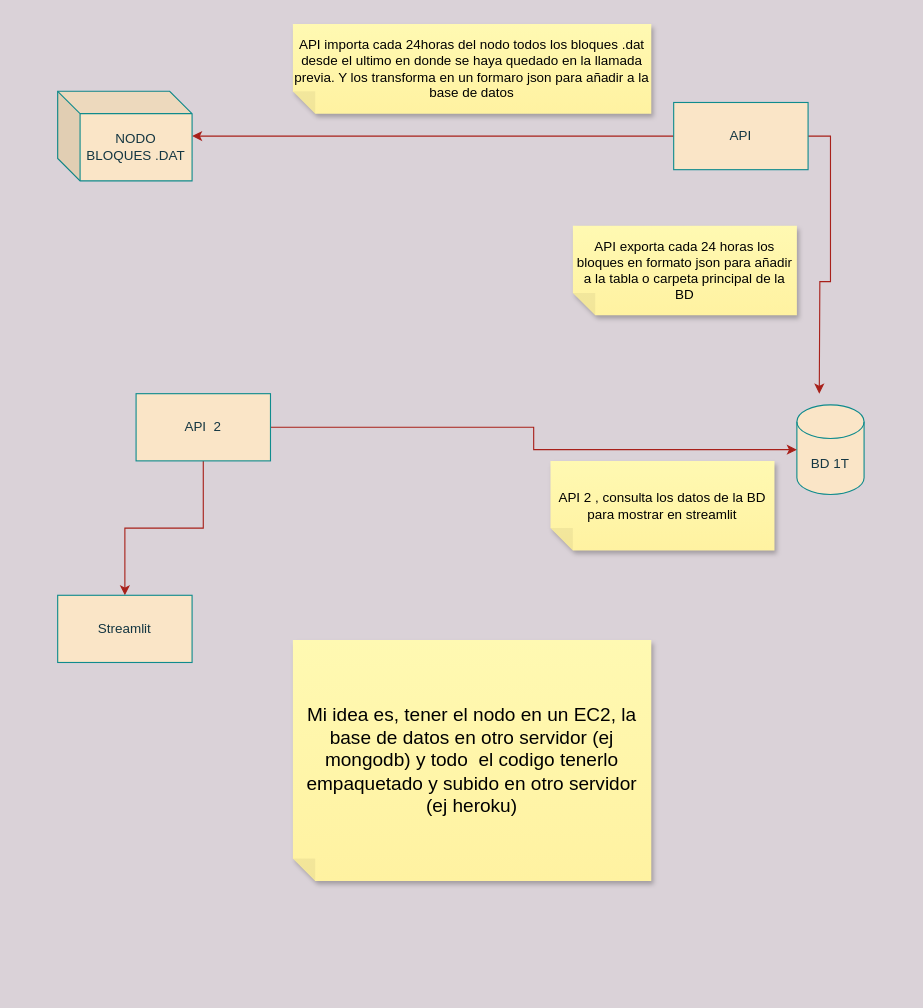
The draw.io diagram Diagrama sin título.drawio in Block-Mole/diagrams, before the edit. Source tidied: cells renumbered, new cells numbered last; positions are measured from the earlier drawing's top-left corner, leaving out a move shared by most shapes. Both pictures are drawn from the tidied source at 112%, with x=0, y=0 at pixel (57, 24).
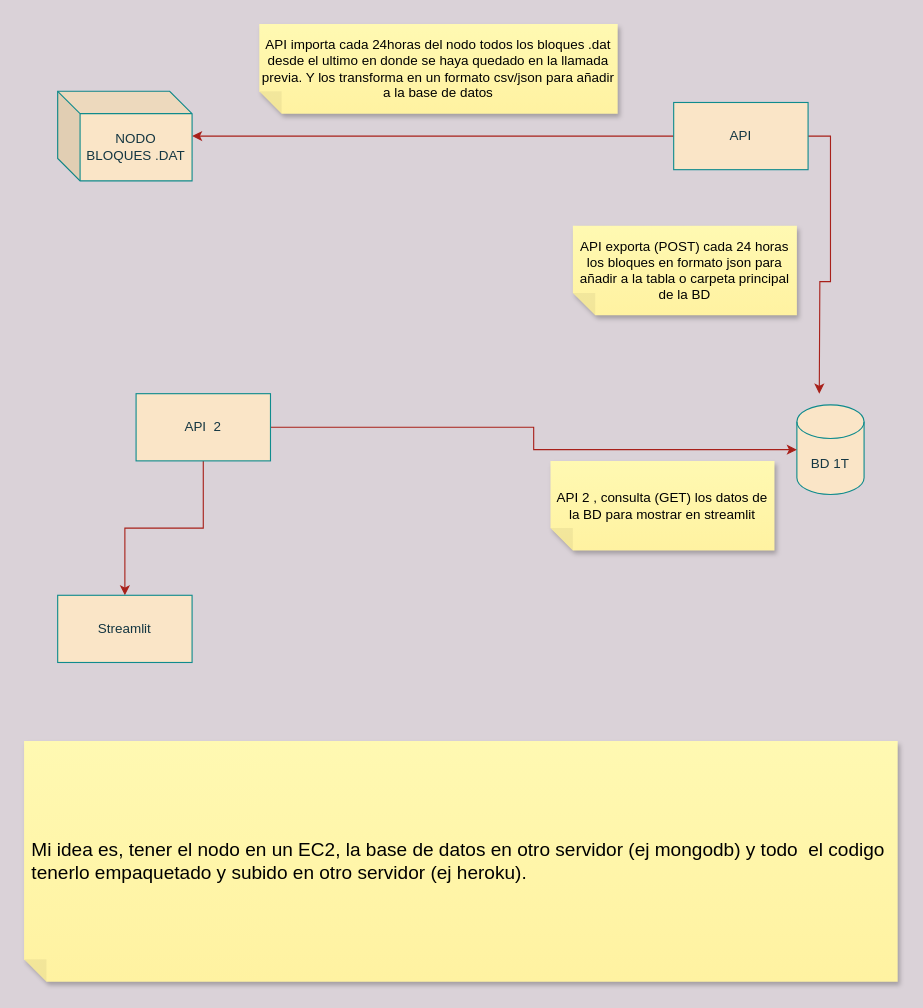
The same diagram, later.

Diff of the diagram source:
```diff
@@
 <mxGraphModel background="#DAD2D8">
   <root>
     <mxCell id="0" />
     <mxCell id="1" parent="0" />
     <mxCell id="2" value="BD 1T" style="shape=cylinder3;whiteSpace=wrap;html=1;boundedLbl=1;backgroundOutline=1;size=15;strokeColor=#0F8B8D;fontColor=#143642;fillColor=#FAE5C7;" parent="1" vertex="1">
       <mxGeometry x="660" y="340" width="60" height="80" as="geometry" />
     </mxCell>
     <mxCell id="3" style="edgeStyle=orthogonalEdgeStyle;rounded=0;jettySize=auto;html=1;strokeColor=#A8201A;fontColor=#143642;fillColor=#FAE5C7;" parent="1" edge="1" source="5" target="6">
       <mxGeometry relative="1" as="geometry" />
     </mxCell>
     <mxCell id="4" style="edgeStyle=orthogonalEdgeStyle;rounded=0;jettySize=auto;html=1;strokeColor=#A8201A;fontColor=#143642;fillColor=#FAE5C7;" parent="1" edge="1" source="5">
       <mxGeometry relative="1" as="geometry">
         <mxPoint x="680" y="330" as="targetPoint" />
       </mxGeometry>
     </mxCell>
     <mxCell id="5" value="API" style="rounded=0;whiteSpace=wrap;html=1;strokeColor=#0F8B8D;fontColor=#143642;fillColor=#FAE5C7;" parent="1" vertex="1">
       <mxGeometry x="550" y="70" width="120" height="60" as="geometry" />
     </mxCell>
     <mxCell id="6" value="NODO&lt;br&gt;BLOQUES .DAT" style="shape=cube;whiteSpace=wrap;html=1;boundedLbl=1;backgroundOutline=1;darkOpacity=0.05;darkOpacity2=0.1;strokeColor=#0F8B8D;fontColor=#143642;fillColor=#FAE5C7;" parent="1" vertex="1">
       <mxGeometry y="60" width="120" height="80" as="geometry" />
     </mxCell>
-    <mxCell id="7" value="API importa cada 24horas del nodo todos los bloques .dat desde el ultimo en donde se haya quedado en la llamada previa. Y los transforma en un formaro json para añadir a la base de datos" style="shape=note;whiteSpace=wrap;html=1;backgroundOutline=1;fontColor=#000000;darkOpacity=0.05;fillColor=#FFF9B2;strokeColor=none;fillStyle=solid;direction=west;gradientDirection=north;gradientColor=#FFF2A1;shadow=1;size=20;" parent="1" vertex="1">
-      <mxGeometry x="210" width="320" height="80" as="geometry" />
+    <mxCell id="7" value="API importa cada 24horas del nodo todos los bloques .dat desde el ultimo en donde se haya quedado en la llamada previa. Y los transforma en un formato csv/json para añadir a la base de datos" style="shape=note;whiteSpace=wrap;html=1;backgroundOutline=1;fontColor=#000000;darkOpacity=0.05;fillColor=#FFF9B2;strokeColor=none;fillStyle=solid;direction=west;gradientDirection=north;gradientColor=#FFF2A1;shadow=1;size=20;" parent="1" vertex="1">
+      <mxGeometry x="180" width="320" height="80" as="geometry" />
     </mxCell>
-    <mxCell id="8" value="API exporta cada 24 horas los bloques en formato json para añadir a la tabla o carpeta principal de la BD" style="shape=note;whiteSpace=wrap;html=1;backgroundOutline=1;fontColor=#000000;darkOpacity=0.05;fillColor=#FFF9B2;strokeColor=none;fillStyle=solid;direction=west;gradientDirection=north;gradientColor=#FFF2A1;shadow=1;size=20;" parent="1" vertex="1">
+    <mxCell id="8" value="API exporta (POST) cada 24 horas los bloques en formato json para añadir a la tabla o carpeta principal de la BD" style="shape=note;whiteSpace=wrap;html=1;backgroundOutline=1;fontColor=#000000;darkOpacity=0.05;fillColor=#FFF9B2;strokeColor=none;fillStyle=solid;direction=west;gradientDirection=north;gradientColor=#FFF2A1;shadow=1;size=20;" parent="1" vertex="1">
       <mxGeometry x="460" y="180" width="200" height="80" as="geometry" />
     </mxCell>
     <mxCell id="9" style="edgeStyle=orthogonalEdgeStyle;rounded=0;jettySize=auto;html=1;strokeColor=#A8201A;fontColor=#143642;fillColor=#FAE5C7;" parent="1" edge="1" source="11" target="2">
       <mxGeometry relative="1" as="geometry" />
     </mxCell>
     <mxCell id="10" style="edgeStyle=orthogonalEdgeStyle;rounded=0;jettySize=auto;html=1;strokeColor=#A8201A;fontColor=#143642;fillColor=#FAE5C7;" parent="1" edge="1" source="11" target="13">
       <mxGeometry relative="1" as="geometry" />
     </mxCell>
     <mxCell id="11" value="API&amp;nbsp; 2" style="rounded=0;whiteSpace=wrap;html=1;strokeColor=#0F8B8D;fontColor=#143642;fillColor=#FAE5C7;" parent="1" vertex="1">
       <mxGeometry x="70" y="330" width="120" height="60" as="geometry" />
     </mxCell>
-    <mxCell id="12" value="API 2 , consulta los datos de la BD para mostrar en streamlit" style="shape=note;whiteSpace=wrap;html=1;backgroundOutline=1;fontColor=#000000;darkOpacity=0.05;fillColor=#FFF9B2;strokeColor=none;fillStyle=solid;direction=west;gradientDirection=north;gradientColor=#FFF2A1;shadow=1;size=20;" parent="1" vertex="1">
+    <mxCell id="12" value="API 2 , consulta (GET) los datos de la BD para mostrar en streamlit" style="shape=note;whiteSpace=wrap;html=1;backgroundOutline=1;fontColor=#000000;darkOpacity=0.05;fillColor=#FFF9B2;strokeColor=none;fillStyle=solid;direction=west;gradientDirection=north;gradientColor=#FFF2A1;shadow=1;size=20;" parent="1" vertex="1">
       <mxGeometry x="440" y="390" width="200" height="80" as="geometry" />
     </mxCell>
     <mxCell id="13" value="Streamlit" style="rounded=0;whiteSpace=wrap;html=1;strokeColor=#0F8B8D;fontColor=#143642;fillColor=#FAE5C7;" parent="1" vertex="1">
       <mxGeometry y="510" width="120" height="60" as="geometry" />
     </mxCell>
-    <mxCell id="14" value="&lt;font style=&quot;font-size: 17px;&quot;&gt;Mi idea es, tener el nodo en un EC2, la base de datos en otro servidor (ej mongodb) y todo&amp;nbsp; el codigo tenerlo empaquetado y subido en otro servidor (ej heroku)&lt;/font&gt;" style="shape=note;whiteSpace=wrap;html=1;backgroundOutline=1;fontColor=#000000;darkOpacity=0.05;fillColor=#FFF9B2;strokeColor=none;fillStyle=solid;direction=west;gradientDirection=north;gradientColor=#FFF2A1;shadow=1;size=20;" parent="1" vertex="1">
-      <mxGeometry x="210" y="550" width="320" height="215" as="geometry" />
+    <mxCell id="14" value="&lt;font style=&quot;font-size: 17px;&quot;&gt;Mi idea es, tener el nodo en un EC2, la base de datos en otro servidor (ej mongodb) y todo&amp;nbsp; el codigo tenerlo empaquetado y subido en otro servidor (ej heroku).&lt;br&gt;&lt;/font&gt;" style="shape=note;whiteSpace=wrap;html=1;backgroundOutline=1;fontColor=#000000;darkOpacity=0.05;fillColor=#FFF9B2;strokeColor=none;fillStyle=solid;direction=west;gradientDirection=north;gradientColor=#FFF2A1;shadow=1;size=20;align=left;spacingLeft=5;spacingRight=6;" parent="1" vertex="1">
+      <mxGeometry x="-30" y="640" width="780" height="215" as="geometry" />
     </mxCell>
   </root>
 </mxGraphModel>
```
